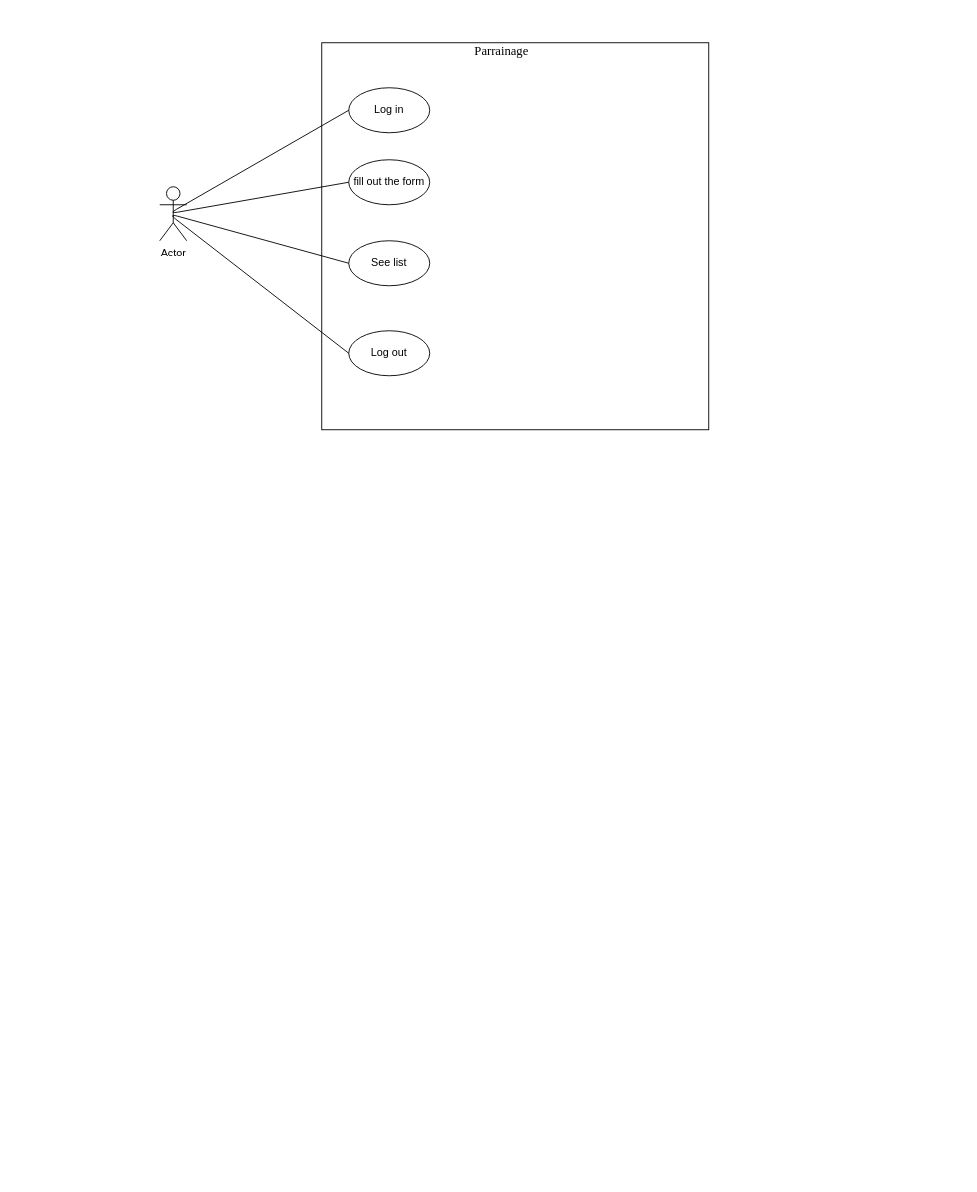
ngominhthoai/UML keeps this draw.io diagram as Untitled Diagram.drawio. Above is the earlier version. Source tidied: cells renumbered, new cells numbered last; positions are measured from the earlier drawing's top-left corner, leaving out a move shared by most shapes. Both pictures are drawn from the tidied source at 90%, with x=0, y=0 at pixel (159, 42).
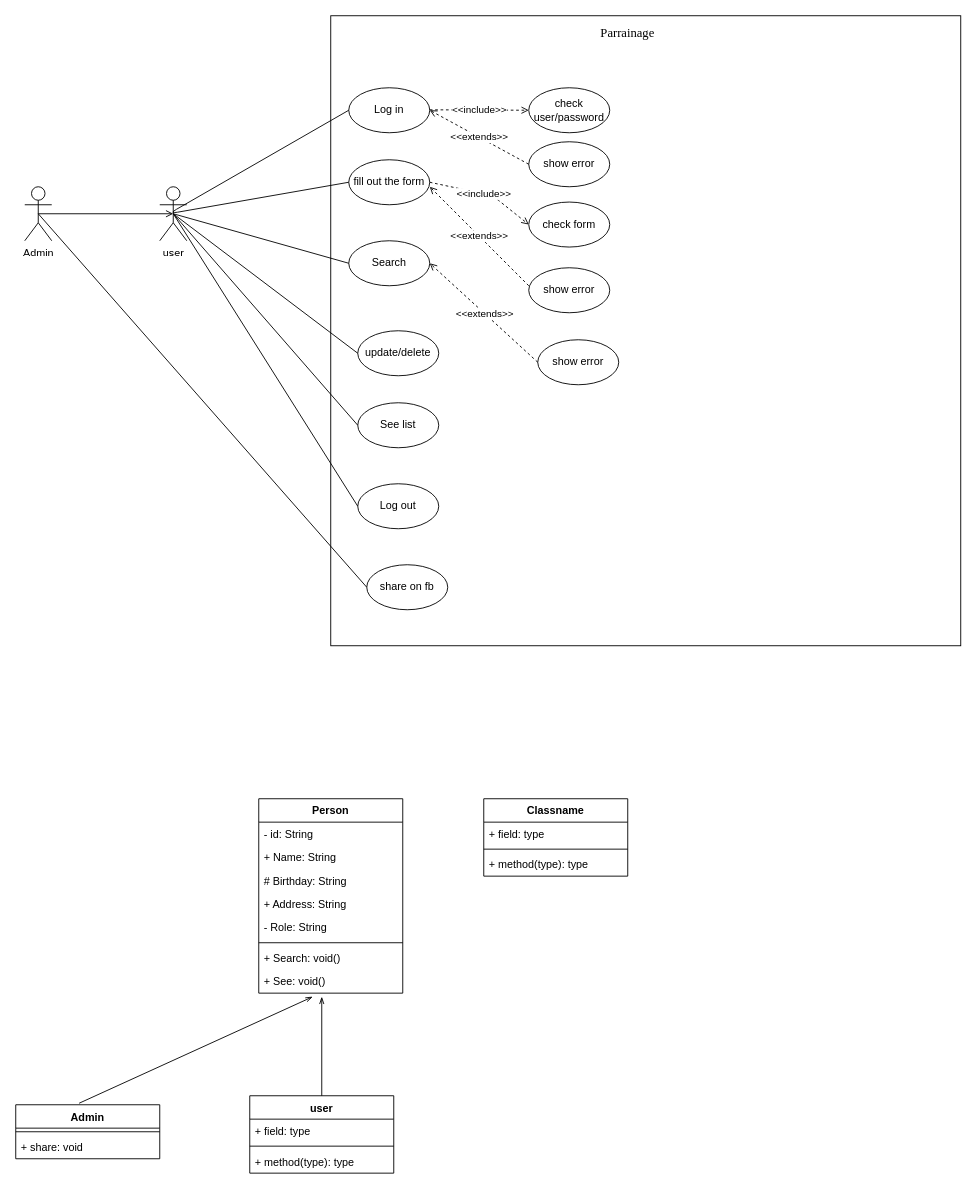
After the change.

The change refers to these unchanged cells:
```xml
<mxCell id="5" value="Log in" style="ellipse;whiteSpace=wrap;html=1;" parent="1" vertex="1">
  <mxGeometry x="210" y="50" width="90" height="50" as="geometry" />
</mxCell>
<mxCell id="6" value="fill out the form" style="ellipse;whiteSpace=wrap;html=1;" parent="1" vertex="1">
  <mxGeometry x="210" y="130" width="90" height="50" as="geometry" />
</mxCell>
```

Diff of the diagram source:
```diff
@@
     <mxCell id="2" style="whiteSpace=wrap;html=1;" parent="1" vertex="1">
-      <mxGeometry x="180" width="430" height="430" as="geometry" />
+      <mxGeometry x="190" y="-30" width="700" height="700" as="geometry" />
     </mxCell>
-    <mxCell id="3" value="Actor" style="shape=umlActor;verticalLabelPosition=bottom;verticalAlign=top;html=1;outlineConnect=0;" parent="1" vertex="1">
+    <mxCell id="3" value="user&lt;br&gt;" style="shape=umlActor;verticalLabelPosition=bottom;verticalAlign=top;html=1;outlineConnect=0;" parent="1" vertex="1">
       <mxGeometry y="160" width="30" height="60" as="geometry" />
     </mxCell>
     <mxCell id="4" value="&lt;font face=&quot;Times New Roman&quot; style=&quot;font-size: 14px&quot;&gt;Parrainage&lt;/font&gt;" style="text;html=1;strokeColor=none;fillColor=none;align=center;verticalAlign=middle;whiteSpace=wrap;rounded=0;" parent="1" vertex="1">
-      <mxGeometry x="360" width="40" height="20" as="geometry" />
+      <mxGeometry x="500" y="-20" width="40" height="20" as="geometry" />
     </mxCell>
@@
     <mxCell id="7" value="See list" style="ellipse;whiteSpace=wrap;html=1;" parent="1" vertex="1">
-      <mxGeometry x="210" y="220" width="90" height="50" as="geometry" />
+      <mxGeometry x="220" y="400" width="90" height="50" as="geometry" />
     </mxCell>
     <mxCell id="8" value="Log out" style="ellipse;whiteSpace=wrap;html=1;" parent="1" vertex="1">
-      <mxGeometry x="210" y="320" width="90" height="50" as="geometry" />
+      <mxGeometry x="220" y="490" width="90" height="50" as="geometry" />
     </mxCell>
-    <mxCell id="9" style="endArrow=none;html=1;exitX=0;exitY=0.5;exitDx=0;exitDy=0;entryX=0;entryY=0.5;entryDx=0;entryDy=0;" parent="1" edge="1" source="7" target="8">
-      <mxGeometry relative="1" as="geometry">
-        <Array as="points">
-          <mxPoint x="10" y="190" />
-        </Array>
-      </mxGeometry>
-    </mxCell>
@@
+    <mxCell id="11" style="endArrow=open;html=1;dashed=1;endFill=0;" parent="1" edge="1">
+      <mxGeometry relative="1" as="geometry">
+        <mxPoint x="300" y="74.5" as="sourcePoint" />
+        <mxPoint x="410" y="75" as="targetPoint" />
+      </mxGeometry>
+    </mxCell>
+    <mxCell id="12" value="&amp;lt;&amp;lt;include&amp;gt;&amp;gt;" style="edgeLabel;html=1;align=center;verticalAlign=middle;" parent="11" vertex="1">
+      <mxGeometry relative="1" as="geometry" />
+    </mxCell>
+    <mxCell id="13" value="check user/password" style="ellipse;whiteSpace=wrap;html=1;" parent="1" vertex="1">
+      <mxGeometry x="410" y="50" width="90" height="50" as="geometry" />
+    </mxCell>
+    <mxCell id="14" value="show error" style="ellipse;whiteSpace=wrap;html=1;" parent="1" vertex="1">
+      <mxGeometry x="410" y="110" width="90" height="50" as="geometry" />
+    </mxCell>
+    <mxCell id="15" style="endArrow=open;html=1;dashed=1;strokeWidth=1;entryX=1;entryY=0.5;entryDx=0;entryDy=0;exitX=0;exitY=0.5;exitDx=0;exitDy=0;endFill=0;" parent="1" edge="1" source="14" target="5">
+      <mxGeometry relative="1" as="geometry" />
+    </mxCell>
+    <mxCell id="16" value="&amp;lt;&amp;lt;extends&amp;gt;&amp;gt;" style="edgeLabel;html=1;align=center;verticalAlign=middle;" parent="15" vertex="1">
+      <mxGeometry relative="1" as="geometry" />
+    </mxCell>
+    <mxCell id="17" style="endArrow=open;html=1;dashed=1;endFill=0;entryX=0;entryY=0.5;entryDx=0;entryDy=0;exitX=1;exitY=0.5;exitDx=0;exitDy=0;" parent="1" edge="1" source="6" target="19">
+      <mxGeometry relative="1" as="geometry">
+        <Array as="points">
+          <mxPoint x="370" y="170" />
+        </Array>
+      </mxGeometry>
+    </mxCell>
+    <mxCell id="18" value="&amp;lt;&amp;lt;include&amp;gt;&amp;gt;" style="edgeLabel;html=1;align=center;verticalAlign=middle;" parent="17" vertex="1">
+      <mxGeometry relative="1" as="geometry" />
+    </mxCell>
+    <mxCell id="19" value="check form" style="ellipse;whiteSpace=wrap;html=1;" parent="1" vertex="1">
+      <mxGeometry x="410" y="177" width="90" height="50" as="geometry" />
+    </mxCell>
+    <mxCell id="20" value="show error" style="ellipse;whiteSpace=wrap;html=1;" parent="1" vertex="1">
+      <mxGeometry x="410" y="250" width="90" height="50" as="geometry" />
+    </mxCell>
+    <mxCell id="21" style="endArrow=open;html=1;dashed=1;strokeWidth=1;entryX=1;entryY=0.6;entryDx=0;entryDy=0;exitX=0;exitY=0.5;exitDx=0;exitDy=0;endFill=0;entryPerimeter=0;" parent="1" edge="1" target="6">
+      <mxGeometry relative="1" as="geometry">
+        <mxPoint x="410" y="270" as="sourcePoint" />
+      </mxGeometry>
+    </mxCell>
+    <mxCell id="22" value="&amp;lt;&amp;lt;extends&amp;gt;&amp;gt;" style="edgeLabel;html=1;align=center;verticalAlign=middle;" parent="21" vertex="1">
+      <mxGeometry relative="1" as="geometry" />
+    </mxCell>
+    <mxCell id="23" value="Search" style="ellipse;whiteSpace=wrap;html=1;" parent="1" vertex="1">
+      <mxGeometry x="210" y="220" width="90" height="50" as="geometry" />
+    </mxCell>
+    <mxCell id="24" style="endArrow=none;html=1;strokeWidth=1;exitX=0.5;exitY=0.5;exitDx=0;exitDy=0;exitPerimeter=0;entryX=0;entryY=0.5;entryDx=0;entryDy=0;" parent="1" edge="1" source="3" target="23">
+      <mxGeometry relative="1" as="geometry" />
+    </mxCell>
+    <mxCell id="25" value="show error" style="ellipse;whiteSpace=wrap;html=1;" parent="1" vertex="1">
+      <mxGeometry x="420" y="330" width="90" height="50" as="geometry" />
+    </mxCell>
+    <mxCell id="26" style="endArrow=open;html=1;dashed=1;strokeWidth=1;entryX=1;entryY=0.5;entryDx=0;entryDy=0;exitX=0;exitY=0.5;exitDx=0;exitDy=0;endFill=0;" parent="1" edge="1" source="25" target="23">
+      <mxGeometry relative="1" as="geometry" />
+    </mxCell>
+    <mxCell id="27" value="&amp;lt;&amp;lt;extends&amp;gt;&amp;gt;" style="edgeLabel;html=1;align=center;verticalAlign=middle;" parent="26" vertex="1">
+      <mxGeometry relative="1" as="geometry" />
+    </mxCell>
+    <mxCell id="28" value="update/delete" style="ellipse;whiteSpace=wrap;html=1;" parent="1" vertex="1">
+      <mxGeometry x="220" y="320" width="90" height="50" as="geometry" />
+    </mxCell>
+    <mxCell id="29" style="endArrow=none;html=1;strokeWidth=1;exitX=0.5;exitY=0.5;exitDx=0;exitDy=0;exitPerimeter=0;entryX=0;entryY=0.5;entryDx=0;entryDy=0;" parent="1" edge="1" source="3" target="28">
+      <mxGeometry relative="1" as="geometry" />
+    </mxCell>
+    <mxCell id="30" style="endArrow=none;html=1;strokeWidth=1;exitX=0;exitY=0.5;exitDx=0;exitDy=0;" parent="1" edge="1" source="7">
+      <mxGeometry relative="1" as="geometry">
+        <mxPoint x="15" y="190" as="targetPoint" />
+      </mxGeometry>
+    </mxCell>
+    <mxCell id="31" style="endArrow=none;html=1;strokeWidth=1;exitX=0;exitY=0.5;exitDx=0;exitDy=0;entryX=0.5;entryY=0.5;entryDx=0;entryDy=0;entryPerimeter=0;" parent="1" edge="1" source="8" target="3">
+      <mxGeometry relative="1" as="geometry" />
+    </mxCell>
+    <mxCell id="32" style="edgeStyle=none;rounded=0;orthogonalLoop=1;jettySize=auto;html=1;entryX=0;entryY=0.5;entryDx=0;entryDy=0;endArrow=open;endFill=0;strokeWidth=1;" parent="1" edge="1" source="13" target="13">
+      <mxGeometry relative="1" as="geometry" />
+    </mxCell>
+    <mxCell id="33" style="edgeStyle=none;rounded=0;jettySize=auto;html=1;exitX=0.5;exitY=0.5;exitDx=0;exitDy=0;exitPerimeter=0;entryX=0.5;entryY=0.5;entryDx=0;entryDy=0;entryPerimeter=0;endArrow=open;endFill=0;strokeWidth=1;" parent="1" edge="1" source="34" target="3">
+      <mxGeometry relative="1" as="geometry" />
+    </mxCell>
+    <mxCell id="34" value="Admin&lt;br&gt;" style="shape=umlActor;verticalLabelPosition=bottom;verticalAlign=top;html=1;outlineConnect=0;" parent="1" vertex="1">
+      <mxGeometry x="-150" y="160" width="30" height="60" as="geometry" />
+    </mxCell>
+    <mxCell id="35" value="share on fb" style="ellipse;whiteSpace=wrap;html=1;" parent="1" vertex="1">
+      <mxGeometry x="230" y="580" width="90" height="50" as="geometry" />
+    </mxCell>
+    <mxCell id="36" style="endArrow=none;html=1;strokeWidth=1;exitX=0;exitY=0.5;exitDx=0;exitDy=0;entryX=0.5;entryY=0.5;entryDx=0;entryDy=0;entryPerimeter=0;" parent="1" edge="1" source="35" target="34">
+      <mxGeometry relative="1" as="geometry" />
+    </mxCell>
+    <mxCell id="37" value="Person" style="swimlane;fontStyle=1;align=center;verticalAlign=top;horizontal=1;startSize=26;" parent="1" vertex="1">
+      <mxGeometry x="110" y="840" width="160" height="216" as="geometry" />
+    </mxCell>
+    <mxCell id="38" value="- id: String&#10;&#10;" style="text;strokeColor=none;fillColor=none;align=left;verticalAlign=top;spacingLeft=4;spacingRight=4;overflow=hidden;" parent="37" vertex="1">
+      <mxGeometry y="26" width="160" height="26" as="geometry" />
+    </mxCell>
+    <mxCell id="39" value="+ Name: String&#10;&#10;" style="text;strokeColor=none;fillColor=none;align=left;verticalAlign=top;spacingLeft=4;spacingRight=4;overflow=hidden;" parent="37" vertex="1">
+      <mxGeometry y="52" width="160" height="26" as="geometry" />
+    </mxCell>
+    <mxCell id="40" value="# Birthday: String&#10;&#10;" style="text;strokeColor=none;fillColor=none;align=left;verticalAlign=top;spacingLeft=4;spacingRight=4;overflow=hidden;" parent="37" vertex="1">
+      <mxGeometry y="78" width="160" height="26" as="geometry" />
+    </mxCell>
+    <mxCell id="41" value="+ Address: String&#10;&#10;" style="text;strokeColor=none;fillColor=none;align=left;verticalAlign=top;spacingLeft=4;spacingRight=4;overflow=hidden;" parent="37" vertex="1">
+      <mxGeometry y="104" width="160" height="26" as="geometry" />
+    </mxCell>
+    <mxCell id="42" value="- Role: String&#10;&#10;" style="text;strokeColor=none;fillColor=none;align=left;verticalAlign=top;spacingLeft=4;spacingRight=4;overflow=hidden;" parent="37" vertex="1">
+      <mxGeometry y="130" width="160" height="26" as="geometry" />
+    </mxCell>
+    <mxCell id="43" style="line;strokeWidth=1;fillColor=none;align=left;verticalAlign=middle;spacingTop=-1;spacingLeft=3;spacingRight=3;labelPosition=right;" parent="37" vertex="1">
+      <mxGeometry y="156" width="160" height="8" as="geometry" />
+    </mxCell>
+    <mxCell id="44" value="+ Search: void()&#10;" style="text;strokeColor=none;fillColor=none;align=left;verticalAlign=top;spacingLeft=4;spacingRight=4;overflow=hidden;" parent="37" vertex="1">
+      <mxGeometry y="164" width="160" height="26" as="geometry" />
+    </mxCell>
+    <mxCell id="45" value="+ See: void()&#10;" style="text;strokeColor=none;fillColor=none;align=left;verticalAlign=top;spacingLeft=4;spacingRight=4;overflow=hidden;" parent="37" vertex="1">
+      <mxGeometry y="190" width="160" height="26" as="geometry" />
+    </mxCell>
+    <mxCell id="46" value="Admin&#10;" style="swimlane;fontStyle=1;align=center;verticalAlign=top;horizontal=1;startSize=26;" parent="1" vertex="1">
+      <mxGeometry x="-160" y="1180" width="160" height="60" as="geometry" />
+    </mxCell>
+    <mxCell id="47" style="line;strokeWidth=1;fillColor=none;align=left;verticalAlign=middle;spacingTop=-1;spacingLeft=3;spacingRight=3;labelPosition=right;" parent="46" vertex="1">
+      <mxGeometry y="26" width="160" height="8" as="geometry" />
+    </mxCell>
+    <mxCell id="48" value="+ share: void" style="text;strokeColor=none;fillColor=none;align=left;verticalAlign=top;spacingLeft=4;spacingRight=4;overflow=hidden;" parent="46" vertex="1">
+      <mxGeometry y="34" width="160" height="26" as="geometry" />
+    </mxCell>
+    <mxCell id="49" style="endArrow=openThin;endFill=0;html=1;strokeWidth=1;exitX=0.44;exitY=-0.028;exitDx=0;exitDy=0;exitPerimeter=0;" parent="1" edge="1" source="46">
+      <mxGeometry relative="1" as="geometry">
+        <mxPoint x="170" y="1060" as="targetPoint" />
+      </mxGeometry>
+    </mxCell>
+    <mxCell id="50" value="user&#10;" style="swimlane;fontStyle=1;align=center;verticalAlign=top;horizontal=1;startSize=26;" parent="1" vertex="1">
+      <mxGeometry x="100" y="1170" width="160" height="86" as="geometry" />
+    </mxCell>
+    <mxCell id="51" value="+ field: type" style="text;strokeColor=none;fillColor=none;align=left;verticalAlign=top;spacingLeft=4;spacingRight=4;overflow=hidden;" parent="50" vertex="1">
+      <mxGeometry y="26" width="160" height="26" as="geometry" />
+    </mxCell>
+    <mxCell id="52" style="line;strokeWidth=1;fillColor=none;align=left;verticalAlign=middle;spacingTop=-1;spacingLeft=3;spacingRight=3;labelPosition=right;" parent="50" vertex="1">
+      <mxGeometry y="52" width="160" height="8" as="geometry" />
+    </mxCell>
+    <mxCell id="53" value="+ method(type): type" style="text;strokeColor=none;fillColor=none;align=left;verticalAlign=top;spacingLeft=4;spacingRight=4;overflow=hidden;" parent="50" vertex="1">
+      <mxGeometry y="60" width="160" height="26" as="geometry" />
+    </mxCell>
+    <mxCell id="54" style="endArrow=openThin;endFill=0;html=1;strokeWidth=1;exitX=0.5;exitY=0;exitDx=0;exitDy=0;" parent="1" edge="1" source="50">
+      <mxGeometry relative="1" as="geometry">
+        <mxPoint x="180" y="1060" as="targetPoint" />
+      </mxGeometry>
+    </mxCell>
+    <mxCell id="55" value="Classname" style="swimlane;fontStyle=1;align=center;verticalAlign=top;horizontal=1;startSize=26;" parent="1" vertex="1">
+      <mxGeometry x="360" y="840" width="160" height="86" as="geometry" />
+    </mxCell>
+    <mxCell id="56" value="+ field: type" style="text;strokeColor=none;fillColor=none;align=left;verticalAlign=top;spacingLeft=4;spacingRight=4;overflow=hidden;" parent="55" vertex="1">
+      <mxGeometry y="26" width="160" height="26" as="geometry" />
+    </mxCell>
+    <mxCell id="57" style="line;strokeWidth=1;fillColor=none;align=left;verticalAlign=middle;spacingTop=-1;spacingLeft=3;spacingRight=3;labelPosition=right;" parent="55" vertex="1">
+      <mxGeometry y="52" width="160" height="8" as="geometry" />
+    </mxCell>
+    <mxCell id="58" value="+ method(type): type" style="text;strokeColor=none;fillColor=none;align=left;verticalAlign=top;spacingLeft=4;spacingRight=4;overflow=hidden;" parent="55" vertex="1">
+      <mxGeometry y="60" width="160" height="26" as="geometry" />
+    </mxCell>
```
